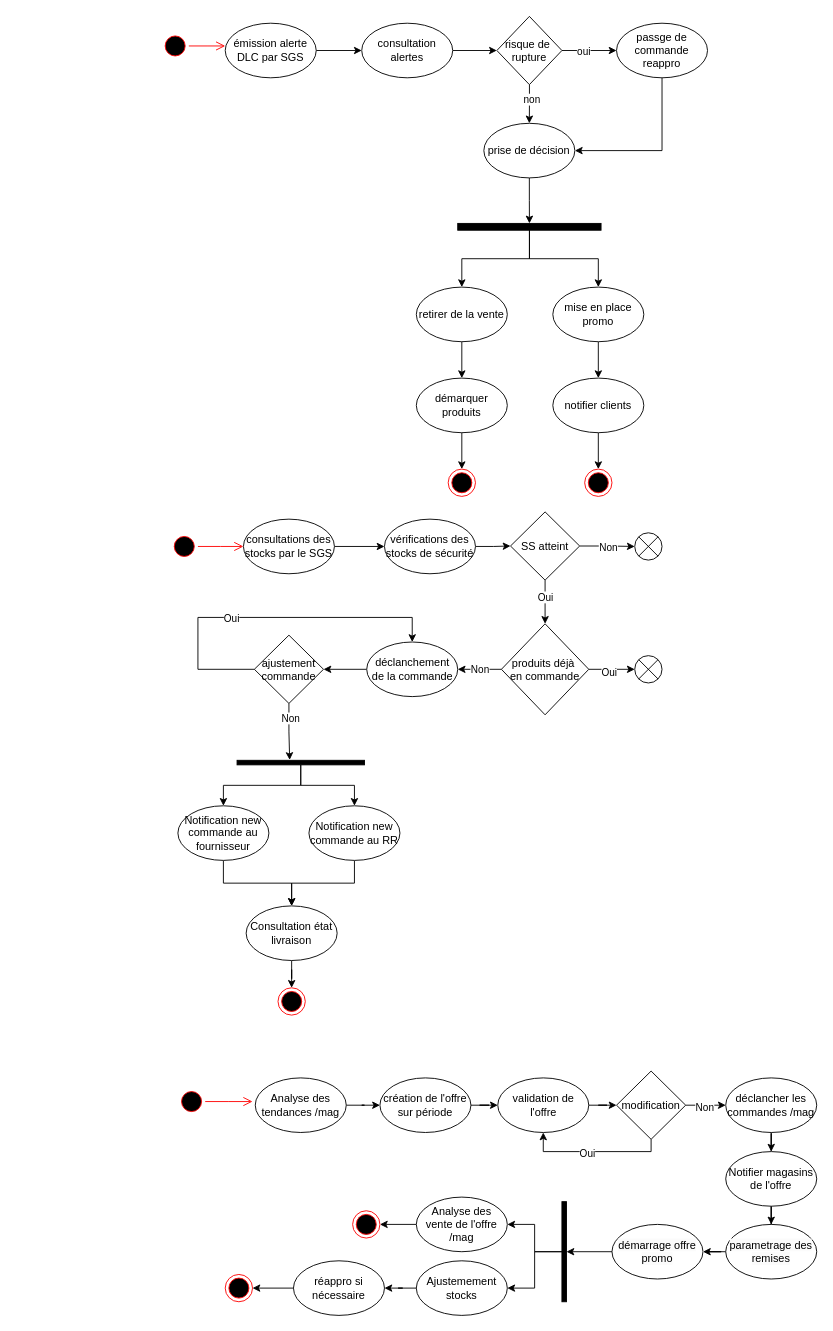
Eliastik-dev/fgPerf keeps this draw.io diagram as page "FreshMarket" (2 of 3) of Diagramme sans nom.drawio. Above is the earlier version. Source tidied: cells renumbered, new cells numbered last; positions are measured from the earlier drawing's top-left corner, leaving out a move shared by most shapes. Both pictures are drawn from the tidied source at 91%, with x=0, y=0 at pixel (161, 15).
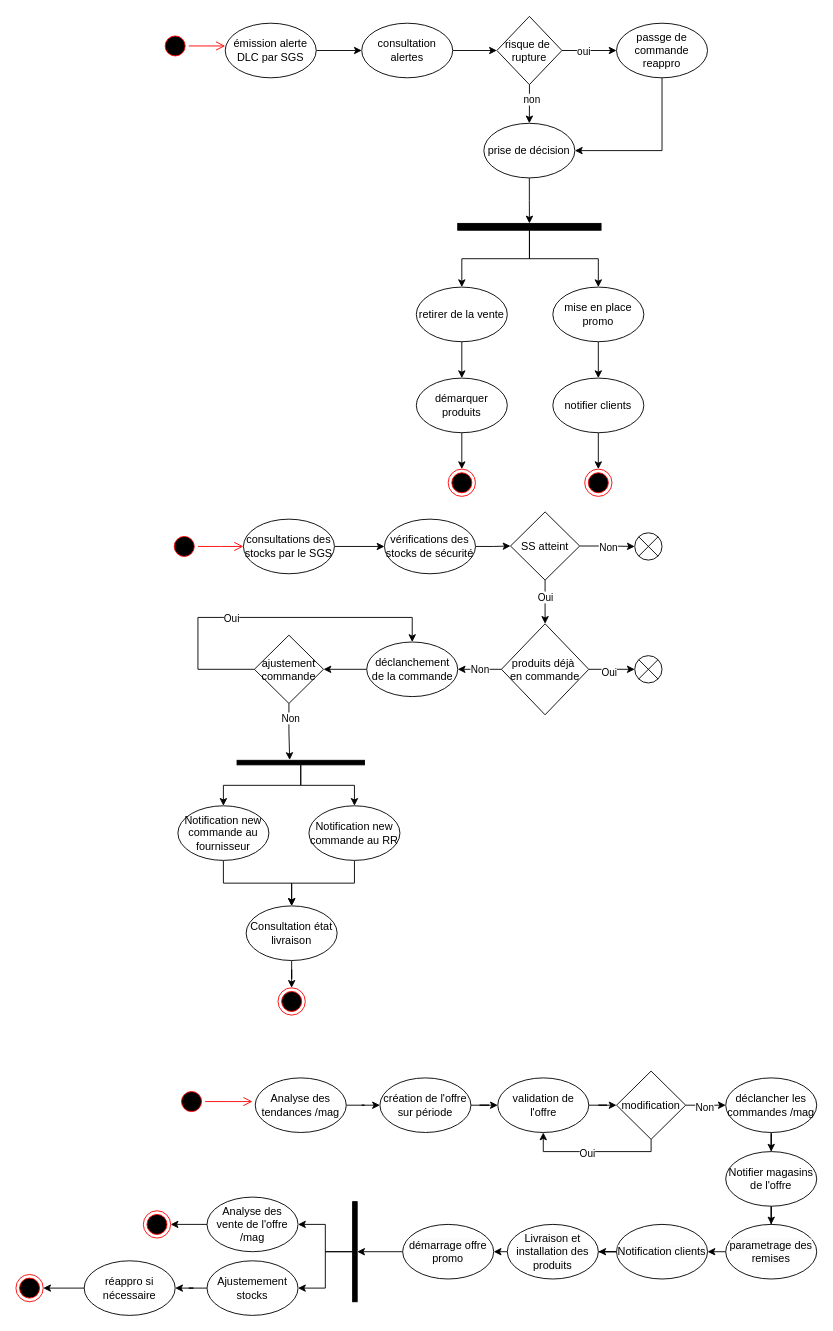
After the change.

Commit message:
Mettre à jour Diagramme sans nom.drawio

Unchanged cells that the change refers to:
```xml
<mxCell id="74" value="&lt;span style=&quot;color: rgb(0, 0, 0); font-family: Helvetica; font-size: 12px; font-style: normal; font-variant-ligatures: normal; font-variant-caps: normal; font-weight: 400; letter-spacing: normal; orphans: 2; text-align: center; text-indent: 0px; text-transform: none; widows: 2; word-spacing: 0px; -webkit-text-stroke-width: 0px; white-space: normal; background-color: rgb(251, 251, 251); text-decoration-thickness: initial; text-decoration-style: initial; text-decoration-color: initial; display: inline !important; float: none;&quot;&gt;parametrage des remises&lt;/span&gt;" style="ellipse;whiteSpace=wrap;html=1;" parent="1" vertex="1">
  <mxGeometry x="620" y="1328" width="100" height="60" as="geometry" />
</mxCell>
```

Diff of the diagram source:
```diff
@@
-    <mxCell id="73" style="edgeStyle=orthogonalEdgeStyle;rounded=0;jettySize=auto;html=1;" parent="1" edge="1" source="74" target="83">
-      <mxGeometry relative="1" as="geometry" />
-    </mxCell>
+    <mxCell id="97" style="edgeStyle=orthogonalEdgeStyle;rounded=0;jettySize=auto;html=1;exitX=0;exitY=0.5;exitDx=0;exitDy=0;entryX=1;entryY=0.5;entryDx=0;entryDy=0;" parent="1" edge="1" source="74" target="99">
+      <mxGeometry relative="1" as="geometry" />
+    </mxCell>
@@
     <mxCell id="83" value="&lt;span style=&quot;color: rgb(0, 0, 0); font-family: Helvetica; font-size: 12px; font-style: normal; font-variant-ligatures: normal; font-variant-caps: normal; font-weight: 400; letter-spacing: normal; orphans: 2; text-align: center; text-indent: 0px; text-transform: none; widows: 2; word-spacing: 0px; -webkit-text-stroke-width: 0px; white-space: normal; background-color: rgb(251, 251, 251); text-decoration-thickness: initial; text-decoration-style: initial; text-decoration-color: initial; display: inline !important; float: none;&quot;&gt;démarrage offre promo&lt;/span&gt;" style="ellipse;whiteSpace=wrap;html=1;" parent="1" vertex="1">
-      <mxGeometry x="495" y="1328" width="100" height="60" as="geometry" />
+      <mxGeometry x="265" y="1328" width="100" height="60" as="geometry" />
     </mxCell>
@@
     <mxCell id="88" style="html=1;points=[];perimeter=orthogonalPerimeter;fillColor=strokeColor;" parent="1" vertex="1">
-      <mxGeometry x="440" y="1303" width="5" height="110" as="geometry" />
+      <mxGeometry x="210" y="1303" width="5" height="110" as="geometry" />
     </mxCell>
@@
     <mxCell id="90" value="Analyse des vente de l'offre /mag" style="ellipse;whiteSpace=wrap;html=1;" parent="1" vertex="1">
-      <mxGeometry x="280" y="1298" width="100" height="60" as="geometry" />
+      <mxGeometry x="50" y="1298" width="100" height="60" as="geometry" />
     </mxCell>
@@
     <mxCell id="92" value="Ajustemement stocks" style="ellipse;whiteSpace=wrap;html=1;" parent="1" vertex="1">
-      <mxGeometry x="280" y="1368" width="100" height="60" as="geometry" />
+      <mxGeometry x="50" y="1368" width="100" height="60" as="geometry" />
     </mxCell>
     <mxCell id="93" style="ellipse;html=1;shape=endState;fillColor=#000000;strokeColor=#ff0000;" parent="1" vertex="1">
-      <mxGeometry x="210" y="1313" width="30" height="30" as="geometry" />
+      <mxGeometry x="-20" y="1313" width="30" height="30" as="geometry" />
     </mxCell>
@@
     <mxCell id="95" value="réappro si nécessaire" style="ellipse;whiteSpace=wrap;html=1;" parent="1" vertex="1">
-      <mxGeometry x="145" y="1368" width="100" height="60" as="geometry" />
+      <mxGeometry x="-85" y="1368" width="100" height="60" as="geometry" />
     </mxCell>
     <mxCell id="96" style="ellipse;html=1;shape=endState;fillColor=#000000;strokeColor=#ff0000;" parent="1" vertex="1">
-      <mxGeometry x="70" y="1383" width="30" height="30" as="geometry" />
+      <mxGeometry x="-160" y="1383" width="30" height="30" as="geometry" />
     </mxCell>
+    <mxCell id="98" style="edgeStyle=orthogonalEdgeStyle;rounded=0;jettySize=auto;html=1;exitX=0;exitY=0.5;exitDx=0;exitDy=0;" parent="1" edge="1" source="99" target="101">
+      <mxGeometry relative="1" as="geometry" />
+    </mxCell>
+    <mxCell id="99" value="&lt;span style=&quot;color: rgb(0, 0, 0); font-family: Helvetica; font-size: 12px; font-style: normal; font-variant-ligatures: normal; font-variant-caps: normal; font-weight: 400; letter-spacing: normal; orphans: 2; text-align: center; text-indent: 0px; text-transform: none; widows: 2; word-spacing: 0px; -webkit-text-stroke-width: 0px; white-space: normal; background-color: rgb(251, 251, 251); text-decoration-thickness: initial; text-decoration-style: initial; text-decoration-color: initial; display: inline !important; float: none;&quot;&gt;Notification clients&lt;/span&gt;" style="ellipse;whiteSpace=wrap;html=1;" parent="1" vertex="1">
+      <mxGeometry x="500" y="1328" width="100" height="60" as="geometry" />
+    </mxCell>
+    <mxCell id="100" style="edgeStyle=orthogonalEdgeStyle;rounded=0;jettySize=auto;html=1;exitX=0;exitY=0.5;exitDx=0;exitDy=0;entryX=1;entryY=0.5;entryDx=0;entryDy=0;" parent="1" edge="1" source="101" target="83">
+      <mxGeometry relative="1" as="geometry" />
+    </mxCell>
+    <mxCell id="101" value="&lt;span style=&quot;color: rgb(0, 0, 0); font-family: Helvetica; font-size: 12px; font-style: normal; font-variant-ligatures: normal; font-variant-caps: normal; font-weight: 400; letter-spacing: normal; orphans: 2; text-align: center; text-indent: 0px; text-transform: none; widows: 2; word-spacing: 0px; -webkit-text-stroke-width: 0px; white-space: normal; background-color: rgb(251, 251, 251); text-decoration-thickness: initial; text-decoration-style: initial; text-decoration-color: initial; display: inline !important; float: none;&quot;&gt;Livraison et installation des produits&lt;/span&gt;" style="ellipse;whiteSpace=wrap;html=1;" parent="1" vertex="1">
+      <mxGeometry x="380" y="1328" width="100" height="60" as="geometry" />
+    </mxCell>
```
